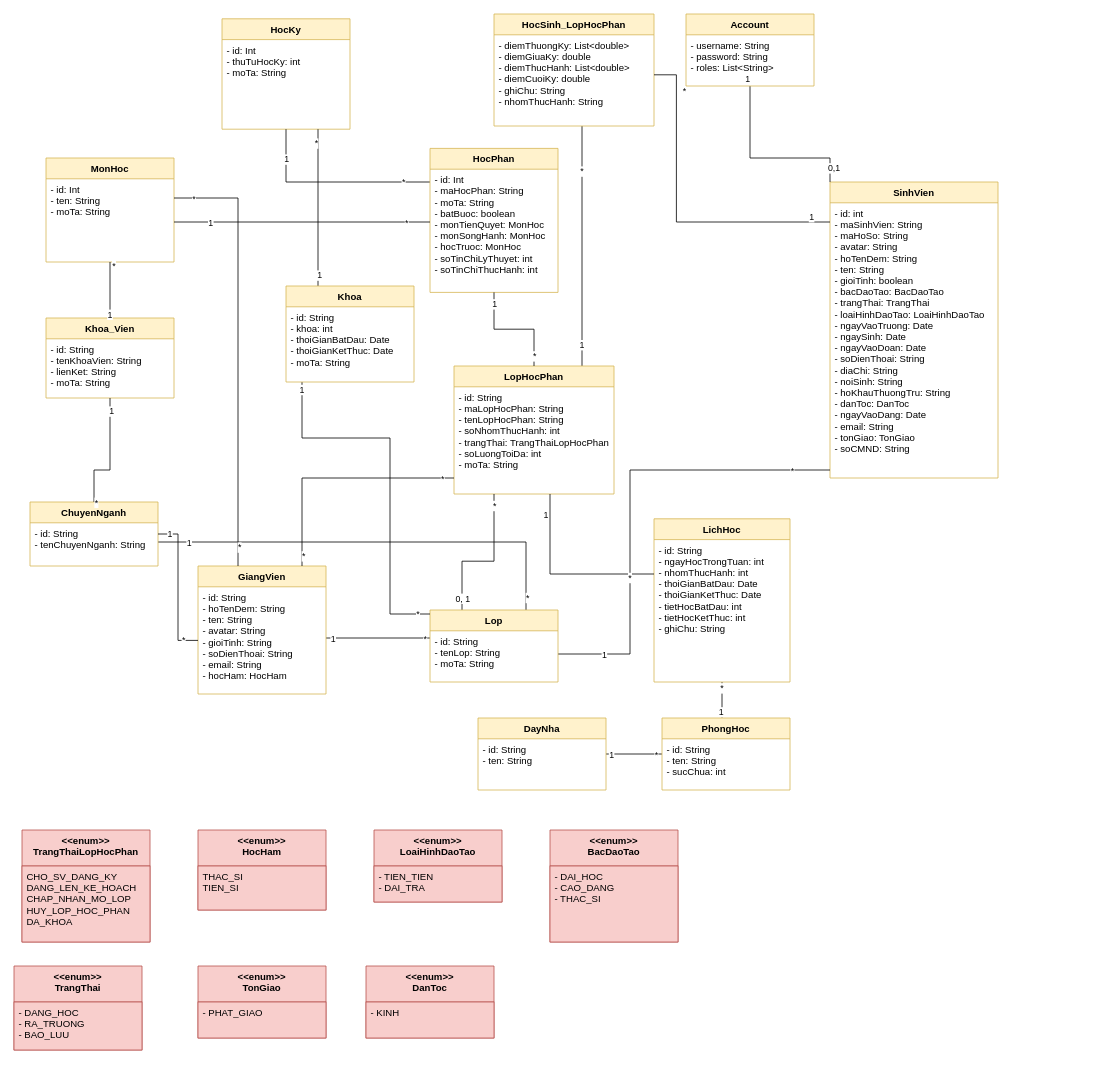
Above: CMN_Class.drawio in duchoan6814/Truong-Duc-Hoan (draw.io), before the change. Source tidied: cells renumbered, new cells numbered last; positions are measured from the earlier drawing's top-left corner, leaving out a move shared by most shapes. Both pictures are drawn from the tidied source at 80%, with x=0, y=0 at pixel (14, 14).
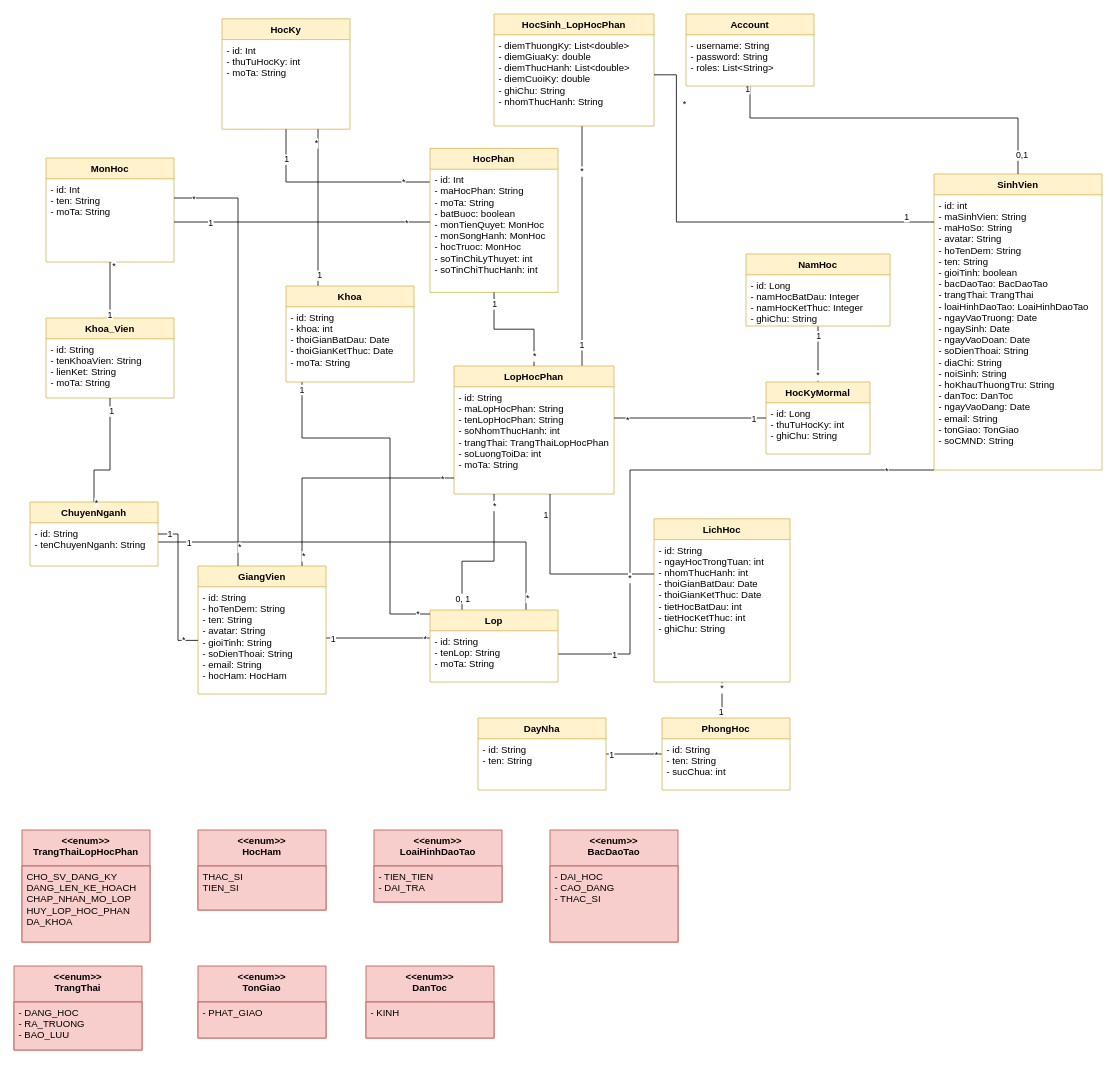
Above is the later version.

The change refers to these unchanged cells:
```xml
<mxCell id="20" value="LopHocPhan" style="swimlane;fontStyle=1;align=center;verticalAlign=top;horizontal=1;startSize=26;fillColor=#fff2cc;strokeColor=#d6b656;" parent="1" vertex="1">
  <mxGeometry x="550" y="440" width="200" height="160" as="geometry" />
</mxCell>
<mxCell id="50" value="Account" style="swimlane;fontStyle=1;align=center;verticalAlign=top;horizontal=1;startSize=26;fillColor=#fff2cc;strokeColor=#d6b656;" parent="1" vertex="1">
  <mxGeometry x="840" width="160" height="90" as="geometry" />
</mxCell>
```

What changed in the source:
```diff
@@
     <mxCell id="2" value="SinhVien" style="swimlane;fontStyle=1;align=center;verticalAlign=top;horizontal=1;startSize=26;fillColor=#fff2cc;strokeColor=#d6b656;" parent="1" vertex="1">
-      <mxGeometry x="1020" y="210" width="210" height="370" as="geometry" />
+      <mxGeometry x="1150" y="200" width="210" height="370" as="geometry" />
     </mxCell>
@@
     <mxCell id="47" style="edgeStyle=orthogonalEdgeStyle;rounded=0;jettySize=auto;html=1;endArrow=none;endFill=0;" parent="1" edge="1" source="50" target="2">
       <mxGeometry relative="1" as="geometry">
         <Array as="points">
-          <mxPoint x="920" y="180" />
-          <mxPoint x="1020" y="180" />
+          <mxPoint x="920" y="130" />
+          <mxPoint x="1255" y="130" />
         </Array>
       </mxGeometry>
     </mxCell>
@@
+    <mxCell id="106" style="edgeStyle=orthogonalEdgeStyle;rounded=0;jettySize=auto;html=1;endArrow=none;endFill=0;" parent="1" edge="1" source="109" target="114">
+      <mxGeometry relative="1" as="geometry" />
+    </mxCell>
+    <mxCell id="107" value="*" style="edgeLabel;html=1;align=center;verticalAlign=middle;" parent="106" vertex="1">
+      <mxGeometry x="-0.74" y="1" relative="1" as="geometry" />
+    </mxCell>
+    <mxCell id="108" value="1" style="edgeLabel;html=1;align=center;verticalAlign=middle;" parent="106" vertex="1">
+      <mxGeometry x="0.67" relative="1" as="geometry" />
+    </mxCell>
+    <mxCell id="109" value="HocKyMormal" style="swimlane;fontStyle=1;align=center;verticalAlign=top;horizontal=1;startSize=26;fillColor=#fff2cc;strokeColor=#d6b656;" parent="1" vertex="1">
+      <mxGeometry x="940" y="460" width="130" height="90" as="geometry" />
+    </mxCell>
+    <mxCell id="110" value="- id: Long&#10;- thuTuHocKy: int&#10;- ghiChu: String&#10;" style="text;strokeColor=none;fillColor=none;align=left;verticalAlign=top;spacingLeft=4;spacingRight=4;overflow=hidden;" parent="109" vertex="1">
+      <mxGeometry y="26" width="130" height="64" as="geometry" />
+    </mxCell>
+    <mxCell id="111" style="edgeStyle=orthogonalEdgeStyle;rounded=0;jettySize=auto;html=1;endArrow=none;endFill=0;" parent="1" edge="1" source="20" target="109">
+      <mxGeometry relative="1" as="geometry">
+        <Array as="points">
+          <mxPoint x="800" y="505" />
+          <mxPoint x="800" y="505" />
+        </Array>
+      </mxGeometry>
+    </mxCell>
+    <mxCell id="112" value="*" style="edgeLabel;html=1;align=center;verticalAlign=middle;" parent="111" vertex="1">
+      <mxGeometry x="-0.83" y="-2" relative="1" as="geometry" />
+    </mxCell>
+    <mxCell id="113" value="1" style="edgeLabel;html=1;align=center;verticalAlign=middle;" parent="111" vertex="1">
+      <mxGeometry x="0.83" y="-1" relative="1" as="geometry" />
+    </mxCell>
+    <mxCell id="114" value="NamHoc" style="swimlane;fontStyle=1;align=center;verticalAlign=top;horizontal=1;startSize=26;fillColor=#fff2cc;strokeColor=#d6b656;" parent="1" vertex="1">
+      <mxGeometry x="915" y="300" width="180" height="90" as="geometry" />
+    </mxCell>
+    <mxCell id="115" value="- id: Long&#10;- namHocBatDau: Integer&#10;- namHocKetThuc: Integer&#10;- ghiChu: String&#10;" style="text;strokeColor=none;fillColor=none;align=left;verticalAlign=top;spacingLeft=4;spacingRight=4;overflow=hidden;" parent="114" vertex="1">
+      <mxGeometry y="26" width="180" height="64" as="geometry" />
+    </mxCell>
```
